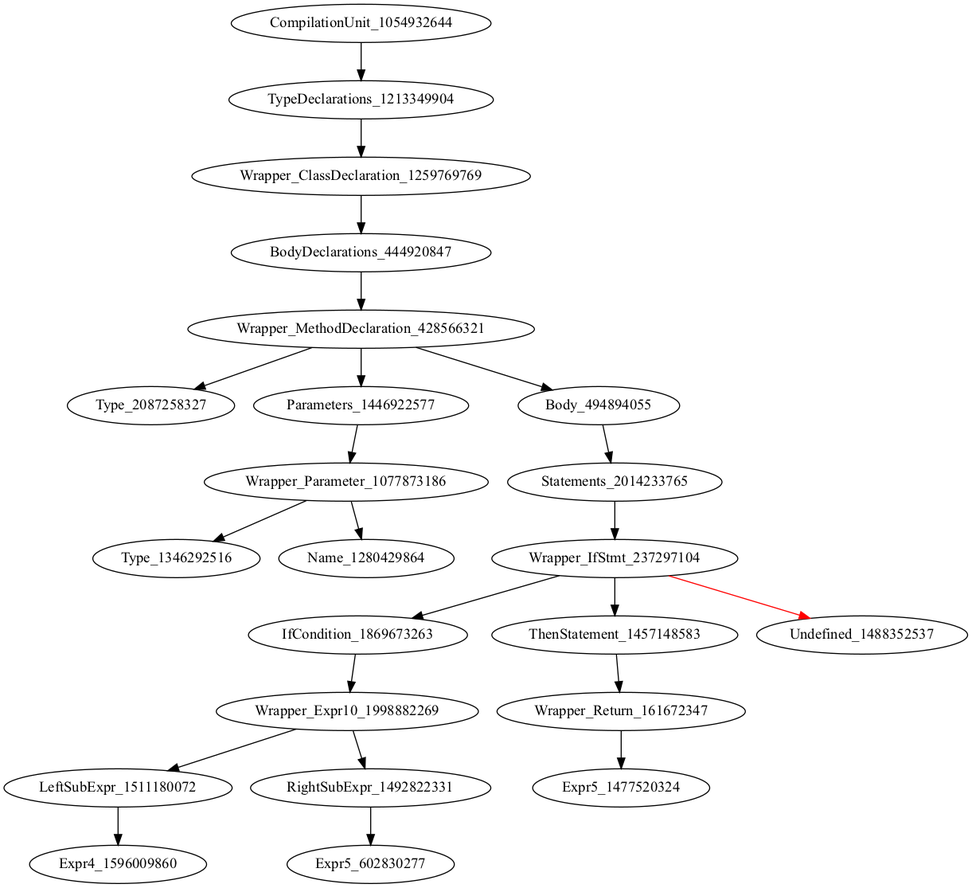
icse2023material/VoiceJava keeps this Graphviz diagram as holeAST.png. Above is the earlier version. Its source is kept beside it as holeAST.dot.
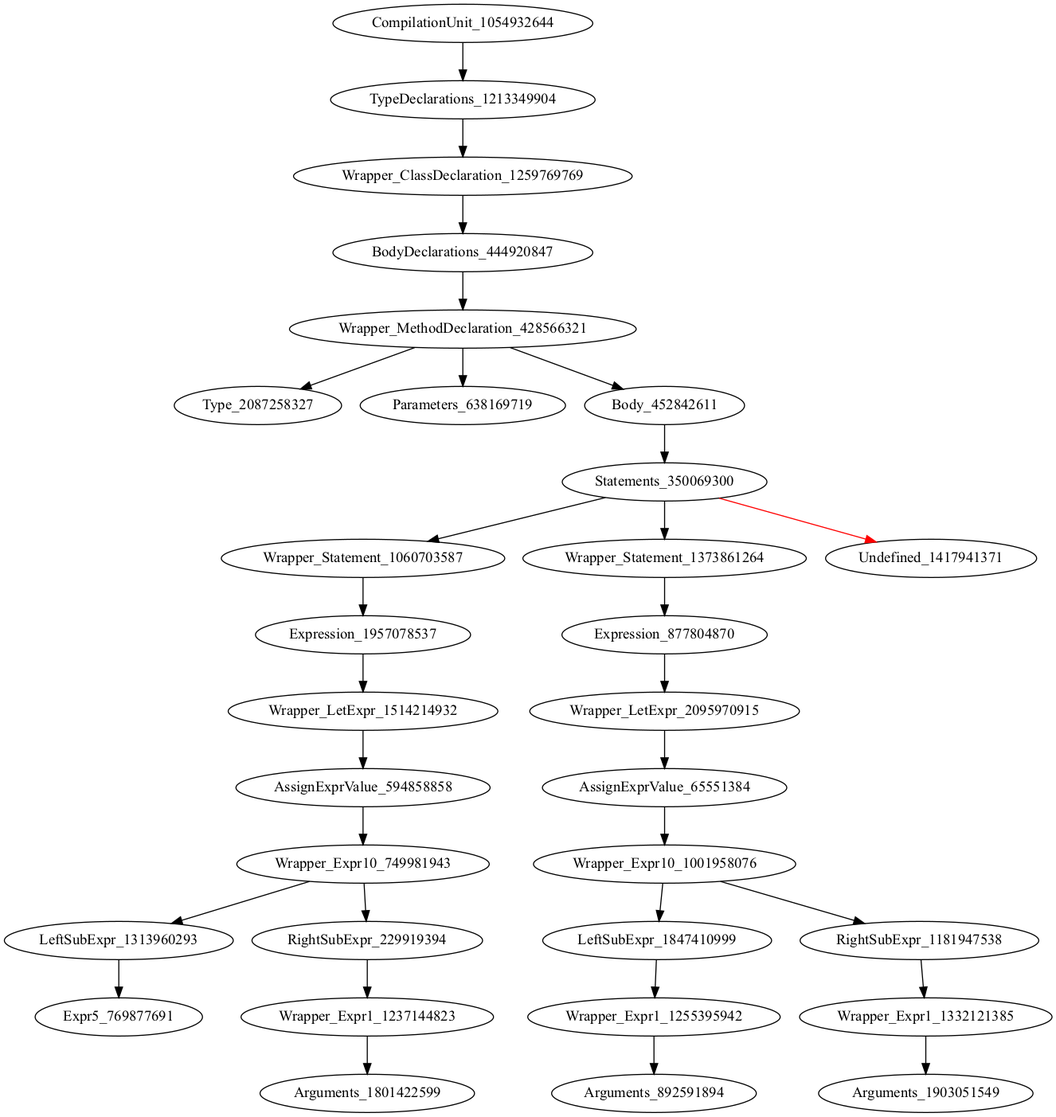
Above is the later version.

Change to the diagram source:
```diff
@@ -4,21 +4,29 @@
 Wrapper_ClassDeclaration_1259769769 -> BodyDeclarations_444920847
 BodyDeclarations_444920847 -> Wrapper_MethodDeclaration_428566321
 Wrapper_MethodDeclaration_428566321 -> Type_2087258327
-Wrapper_MethodDeclaration_428566321 -> Parameters_1446922577
-Wrapper_MethodDeclaration_428566321 -> Body_494894055
-Parameters_1446922577 -> Wrapper_Parameter_1077873186
-Body_494894055 -> Statements_2014233765
-Wrapper_Parameter_1077873186 -> Type_1346292516
-Wrapper_Parameter_1077873186 -> Name_1280429864
-Statements_2014233765 -> Wrapper_IfStmt_237297104
-Wrapper_IfStmt_237297104 -> IfCondition_1869673263
-Wrapper_IfStmt_237297104 -> ThenStatement_1457148583
-Wrapper_IfStmt_237297104 -> Undefined_1488352537 [color = red]
-IfCondition_1869673263 -> Wrapper_Expr10_1998882269
-ThenStatement_1457148583 -> Wrapper_Return_161672347
-Wrapper_Expr10_1998882269 -> LeftSubExpr_1511180072
-Wrapper_Expr10_1998882269 -> RightSubExpr_1492822331
-Wrapper_Return_161672347 -> Expr5_1477520324
-LeftSubExpr_1511180072 -> Expr4_1596009860
-RightSubExpr_1492822331 -> Expr5_602830277
+Wrapper_MethodDeclaration_428566321 -> Parameters_638169719
+Wrapper_MethodDeclaration_428566321 -> Body_452842611
+Body_452842611 -> Statements_350069300
+Statements_350069300 -> Wrapper_Statement_1060703587
+Statements_350069300 -> Wrapper_Statement_1373861264
+Statements_350069300 -> Undefined_1417941371 [color = red]
+Wrapper_Statement_1060703587 -> Expression_1957078537
+Wrapper_Statement_1373861264 -> Expression_877804870
+Expression_1957078537 -> Wrapper_LetExpr_1514214932
+Expression_877804870 -> Wrapper_LetExpr_2095970915
+Wrapper_LetExpr_1514214932 -> AssignExprValue_594858858
+Wrapper_LetExpr_2095970915 -> AssignExprValue_65551384
+AssignExprValue_594858858 -> Wrapper_Expr10_749981943
+AssignExprValue_65551384 -> Wrapper_Expr10_1001958076
+Wrapper_Expr10_749981943 -> LeftSubExpr_1313960293
+Wrapper_Expr10_749981943 -> RightSubExpr_229919394
+Wrapper_Expr10_1001958076 -> LeftSubExpr_1847410999
+Wrapper_Expr10_1001958076 -> RightSubExpr_1181947538
+LeftSubExpr_1313960293 -> Expr5_769877691
+RightSubExpr_229919394 -> Wrapper_Expr1_1237144823
+LeftSubExpr_1847410999 -> Wrapper_Expr1_1255395942
+RightSubExpr_1181947538 -> Wrapper_Expr1_1332121385
+Wrapper_Expr1_1237144823 -> Arguments_1801422599
+Wrapper_Expr1_1255395942 -> Arguments_892591894
+Wrapper_Expr1_1332121385 -> Arguments_1903051549
 }
```
